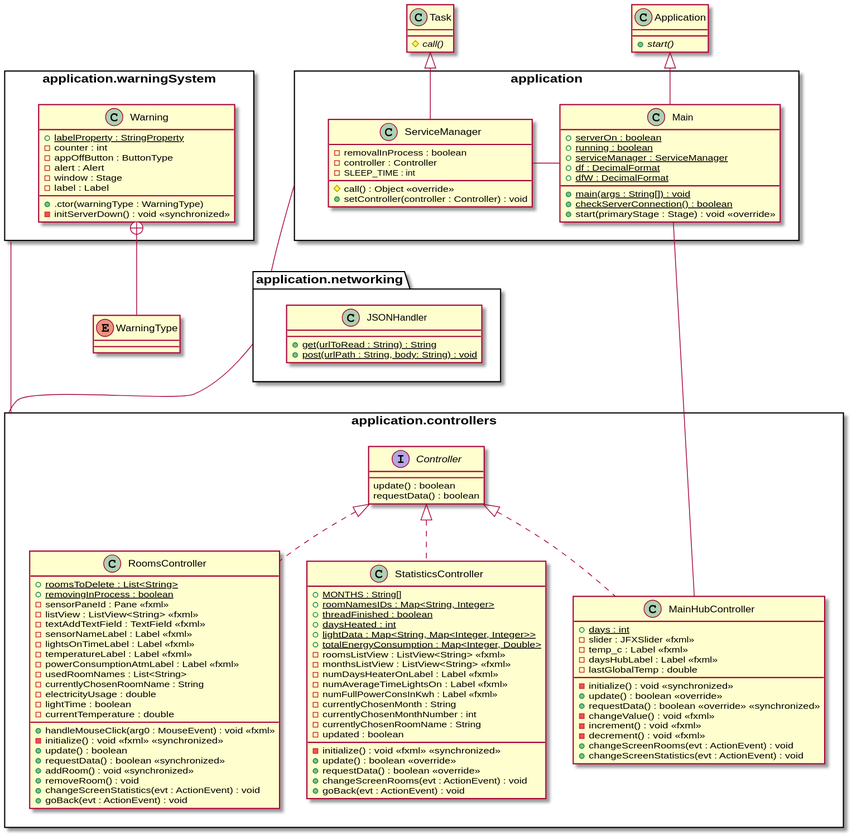
Above: diagramy/Obrazky/class_diagram_klient.svg in Clorky/smart_home_sim (PlantUML), before the change. Its diagram source:
```plantuml
@startuml
class Task{
    #{abstract}call()
}

class Application{
    +{abstract}start()
}
enum WarningType{
}

package application <<Rectangle>>{

class Main extends Application{
    +{static} serverOn : boolean
    +{static} running : boolean
    +{static} serviceManager : ServiceManager
    +{static} df : DecimalFormat
    +{static} dfW : DecimalFormat

    +{static}main(args : String[]) : void
    +{static}checkServerConnection() : boolean
    +start(primaryStage : Stage) : void <<override>>

}
class ServiceManager extends Task{
    - removalInProcess : boolean
    - controller : Controller
    - SLEEP_TIME : int

    #call() : Object <<override>>
    +setController(controller : Controller) : void

}
}

package application.controllers <<Rectangle>>{

interface Controller{
    update() : boolean
    requestData() : boolean
}

class MainHubController implements Controller{

    + {static} days : int
    - slider : JFXSlider <<fxml>>
    - temp_c : Label <<fxml>>
    - daysHubLabel : Label <<fxml>>
    - lastGlobalTemp : double

    - initialize() : void <<synchronized>>
    + update() : boolean <<override>>
    + requestData() : boolean <<override>> <<synchronized>>
    - changeValue() : void <<fxml>>
    - increment() : void <<fxml>>
    - decrement() : void <<fxml>>
    + changeScreenRooms(evt : ActionEvent) : void
    + changeScreenStatistics(evt : ActionEvent) : void
}

class RoomsController implements Controller{

    +{static} roomsToDelete : List<String>
    +{static} removingInProcess : boolean
    - sensorPaneId : Pane <<fxml>>
    - listView : ListView<String> <<fxml>>
    - textAddTextField : TextField <<fxml>>
    - sensorNameLabel : Label <<fxml>>
    - lightsOnTimeLabel : Label <<fxml>>
    - temperatureLabel : Label <<fxml>>
    - powerConsumptionAtmLabel : Label <<fxml>>
    - usedRoomNames : List<String>
    - currentlyChosenRoomName : String
    - electricityUsage : double
    - lightTime : boolean
    - currentTemperature : double

    + handleMouseClick(arg0 : MouseEvent) : void <<fxml>>
    - initialize() : void <<fxml>> <<synchronized>>
    + update() : boolean
    + requestData() : boolean <<synchronized>>
    + addRoom() : void <<synchronized>>
    + removeRoom() : void
    + changeScreenStatistics(evt : ActionEvent) : void
    + goBack(evt : ActionEvent) : void
}
class StatisticsController implements Controller{
    + {static} MONTHS : String[]
    + {static} roomNamesIDs : Map<String, Integer>
    + {static} threadFinished : boolean
    + {static} daysHeated : int
    + {static} lightData : Map<String, Map<Integer, Integer>>
    + {static} totalEnergyConsumption : Map<Integer, Double>
    - roomsListView : ListView<String> <<fxml>>
    - monthsListView : ListView<String> <<fxml>>
    - numDaysHeaterOnLabel : Label <<fxml>>
    - numAverageTimeLightsOn : Label <<fxml>>
    - numFullPowerConsInKwh : Label <<fxml>>
    - currentlyChosenMonth : String
    - currentlyChosenMonthNumber : int
    - currentlyChosenRoomName : String
    - updated : boolean

    - initialize() : void <<fxml>> <<synchronized>>
    + update() : boolean <<override>>
    + requestData() : boolean <<override>>
    + changeScreenRooms(evt : ActionEvent) : void
    + goBack(evt : ActionEvent) : void
}
}
package application.warningSystem <<Rectangle>>{
class Warning{
    + {static} labelProperty : StringProperty
    - counter : int
    - appOffButton : ButtonType
    - alert : Alert
    - window : Stage
    - label : Label
    +.ctor(warningType : WarningType)
    - initServerDown() : void <<synchronized>>
}
}

package application.networking{
class JSONHandler{
    +{static} get(urlToRead : String) : String
    +{static} post(urlPath : String, body: String) : void
}
}

Warning +-- WarningType
application.warningSystem --- application.controllers
ServiceManager - Main
application.networking -- application.controllers
application -- application.networking
Main -- MainHubController
@enduml
```
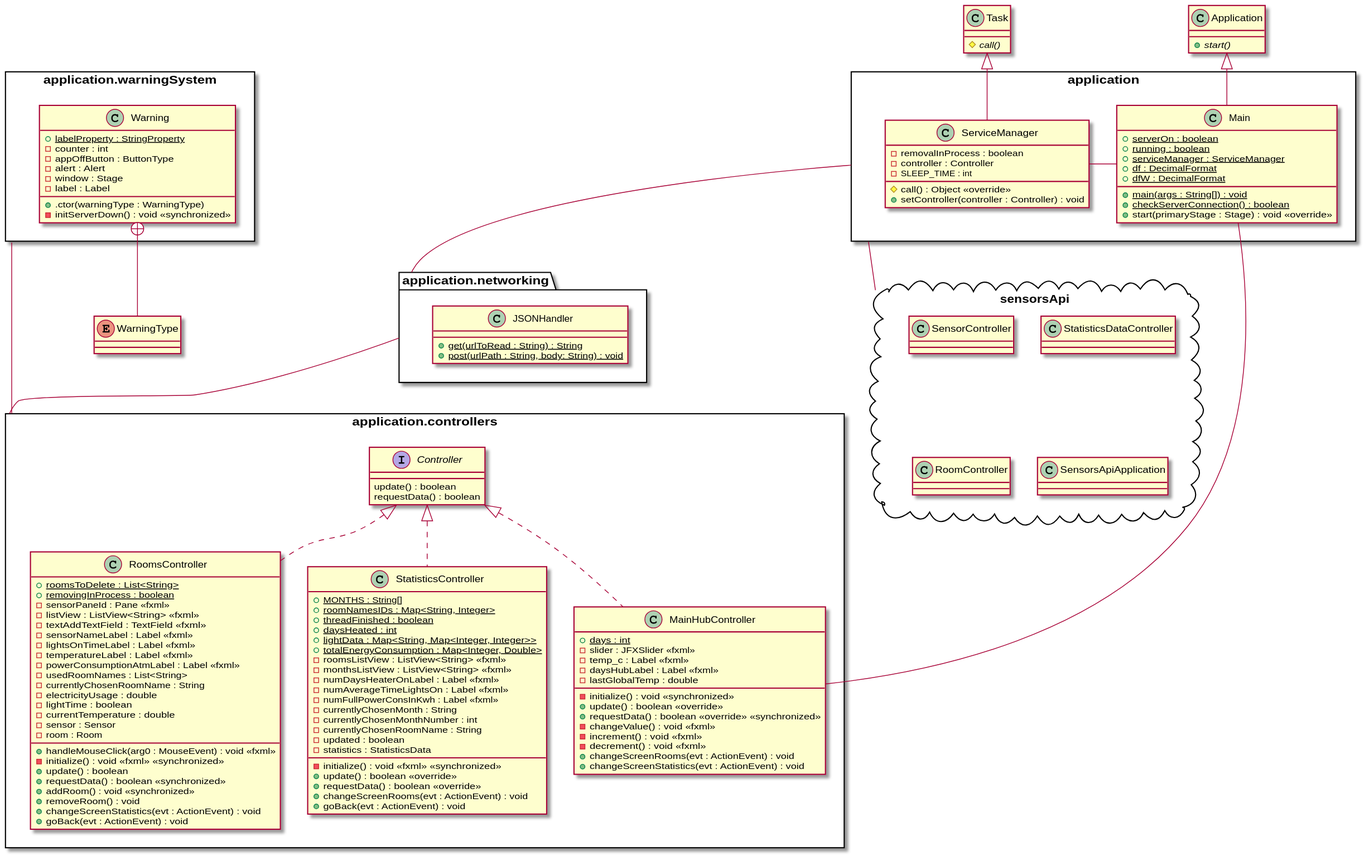
The same file after the commit.

Diff of the diagram source:
```diff
@@ -75,6 +75,8 @@
     - electricityUsage : double
     - lightTime : boolean
     - currentTemperature : double
+    - sensor : Sensor
+    - room : Room
 
     + handleMouseClick(arg0 : MouseEvent) : void <<fxml>>
     - initialize() : void <<fxml>> <<synchronized>>
@@ -101,6 +103,7 @@
     - currentlyChosenMonthNumber : int
     - currentlyChosenRoomName : String
     - updated : boolean
+    - statistics : StatisticsData
 
     - initialize() : void <<fxml>> <<synchronized>>
     + update() : boolean <<override>>
@@ -129,10 +132,18 @@
 }
 }
 
+package sensorsApi <<Cloud>>{
+class SensorController{}
+class StatisticsDataController{}
+class RoomController{}
+class SensorsApiApplication{}
+}
+
 Warning +-- WarningType
 application.warningSystem --- application.controllers
 ServiceManager - Main
 application.networking -- application.controllers
 application -- application.networking
 Main -- MainHubController
+application -- sensorsApi
 @enduml
```
